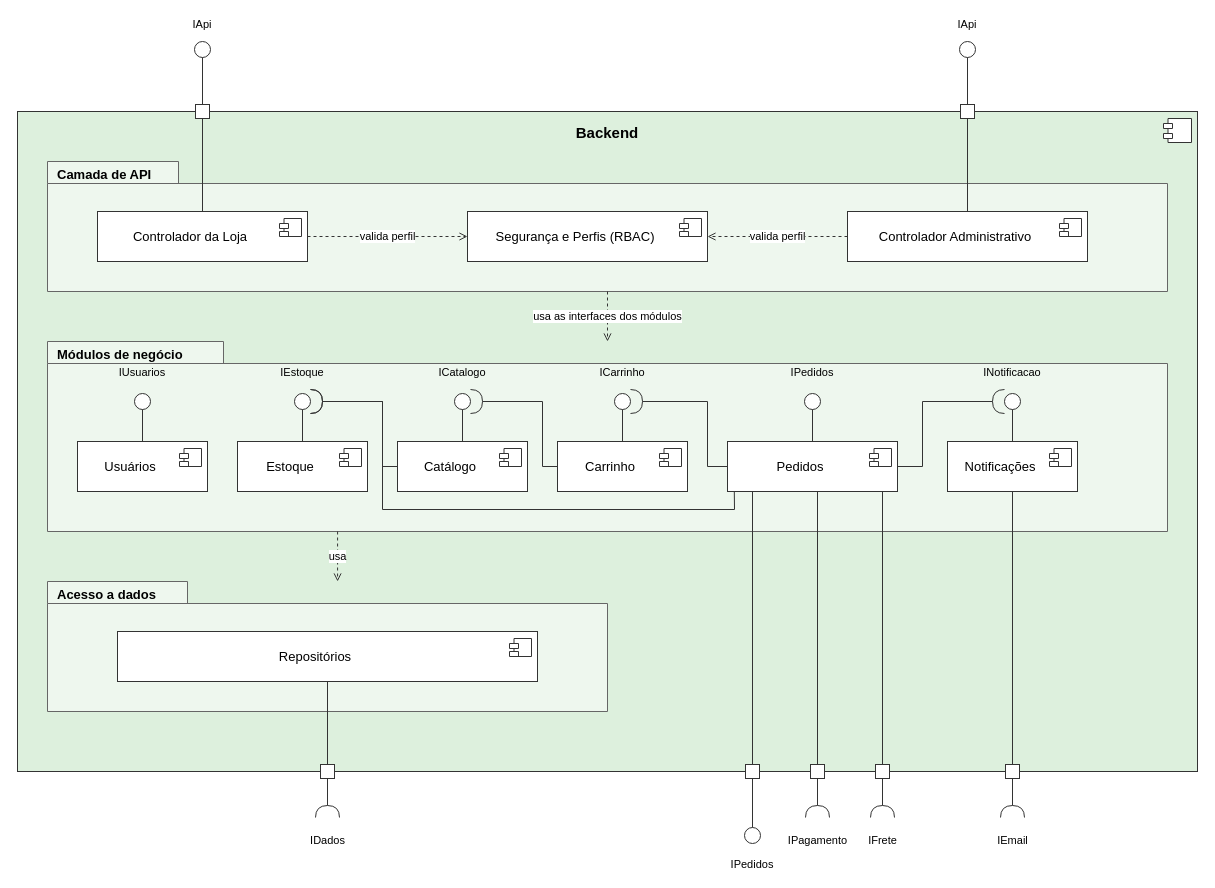
Before: aps2/assets/CMP_Backend.drawio in gabrlou/modelagem-software, a draw.io diagram. Source tidied: cells renumbered, new cells numbered last; positions are measured from the earlier drawing's top-left corner, leaving out a move shared by most shapes. Both pictures are drawn from the tidied source at 100%, with x=0, y=0 at pixel (17, 41).
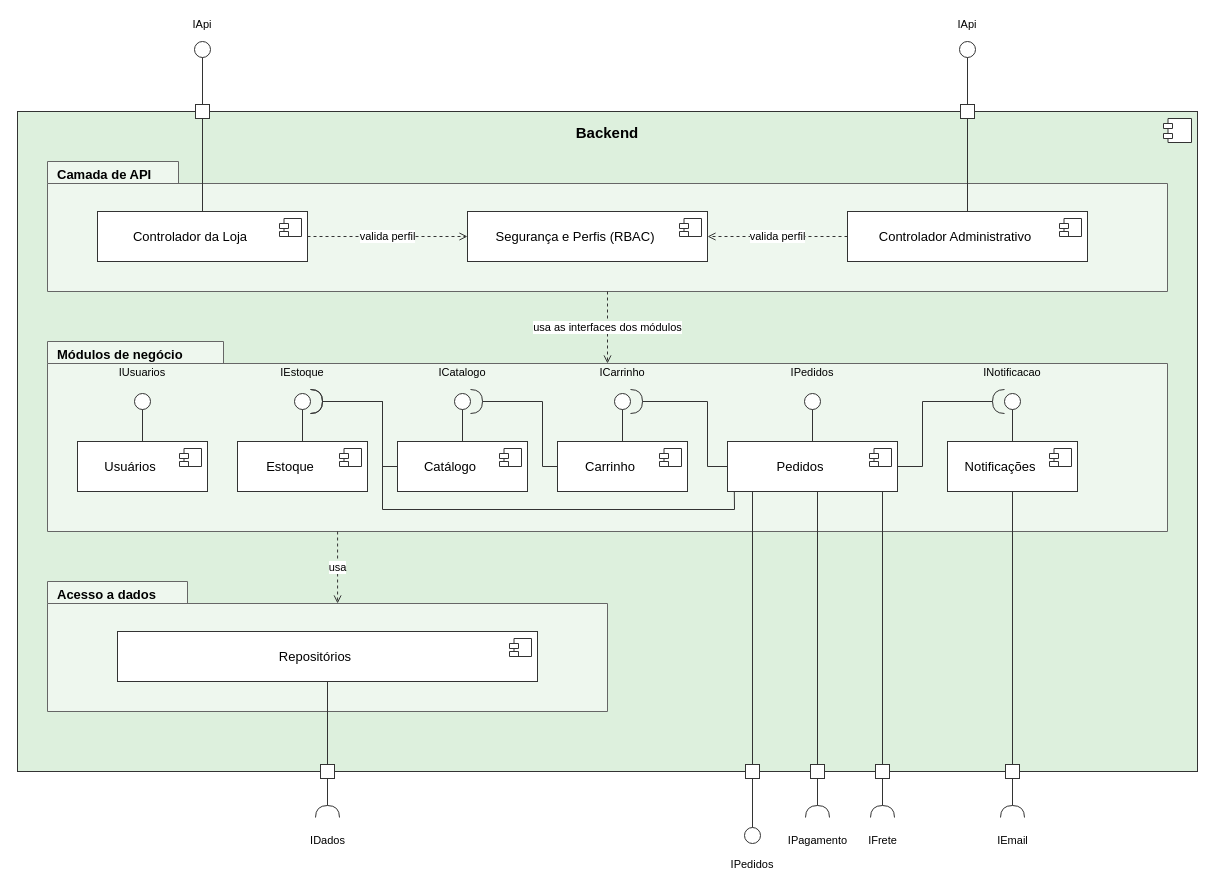
The same page after the edit.

Commit message (it also covers changes not shown here):
docs(aps2): setas de dependencia do micro do Backend tocando os pacotes; entrega e zip atualizados

The change refers to these unchanged cells:
```xml
<mxCell id="4" value="Camada de API" style="shape=folder;tabPosition=left;tabHeight=22;whiteSpace=wrap;html=1;fillColor=#EEF7EE;strokeColor=#666666;fontStyle=1;fontSize=13;align=left;verticalAlign=top;spacingLeft=8;spacingTop=-1;tabWidth=131;" parent="1" vertex="1">
  <mxGeometry x="30" y="120" width="1120" height="130" as="geometry" />
</mxCell>
<mxCell id="5" value="Módulos de negócio" style="shape=folder;tabPosition=left;tabHeight=22;whiteSpace=wrap;html=1;fillColor=#EEF7EE;strokeColor=#666666;fontStyle=1;fontSize=13;align=left;verticalAlign=top;spacingLeft=8;spacingTop=-1;tabWidth=176;" parent="1" vertex="1">
  <mxGeometry x="30" y="300" width="1120" height="190" as="geometry" />
</mxCell>
<mxCell id="6" value="Acesso a dados" style="shape=folder;tabPosition=left;tabHeight=22;whiteSpace=wrap;html=1;fillColor=#EEF7EE;strokeColor=#666666;fontStyle=1;fontSize=13;align=left;verticalAlign=top;spacingLeft=8;spacingTop=-1;tabWidth=140;" parent="1" vertex="1">
  <mxGeometry x="30" y="540" width="560" height="130" as="geometry" />
</mxCell>
```

Change to the diagram source:
```diff
@@
-    <mxCell id="7" value="usa as interfaces dos módulos" style="html=1;rounded=0;dashed=1;endArrow=open;endFill=0;strokeColor=#333333;edgeStyle=none;fontSize=11;exitX=0.5;exitY=1;exitDx=0;exitDy=0;entryX=0.5;entryY=0;entryDx=0;entryDy=0;" parent="1" edge="1" source="4" target="5">
+    <mxCell id="7" value="usa as interfaces dos módulos" style="html=1;rounded=0;dashed=1;endArrow=open;endFill=0;strokeColor=#333333;edgeStyle=none;fontSize=11;exitX=0.5;exitY=1;exitDx=0;exitDy=0;entryX=0.5;entryY=0.1158;entryDx=0;entryDy=0;entryPerimeter=0;" parent="1" edge="1" source="4" target="5">
       <mxGeometry relative="1" as="geometry" />
     </mxCell>
-    <mxCell id="8" value="usa" style="html=1;rounded=0;dashed=1;endArrow=open;endFill=0;strokeColor=#333333;edgeStyle=none;fontSize=11;exitX=0.259;exitY=1;exitDx=0;exitDy=0;entryX=0.518;entryY=0;entryDx=0;entryDy=0;" parent="1" edge="1" source="5" target="6">
+    <mxCell id="8" value="usa" style="html=1;rounded=0;dashed=1;endArrow=open;endFill=0;strokeColor=#333333;edgeStyle=none;fontSize=11;exitX=0.259;exitY=1;exitDx=0;exitDy=0;entryX=0.518;entryY=0.1692;entryDx=0;entryDy=0;entryPerimeter=0;" parent="1" edge="1" source="5" target="6">
       <mxGeometry relative="1" as="geometry" />
     </mxCell>
```
